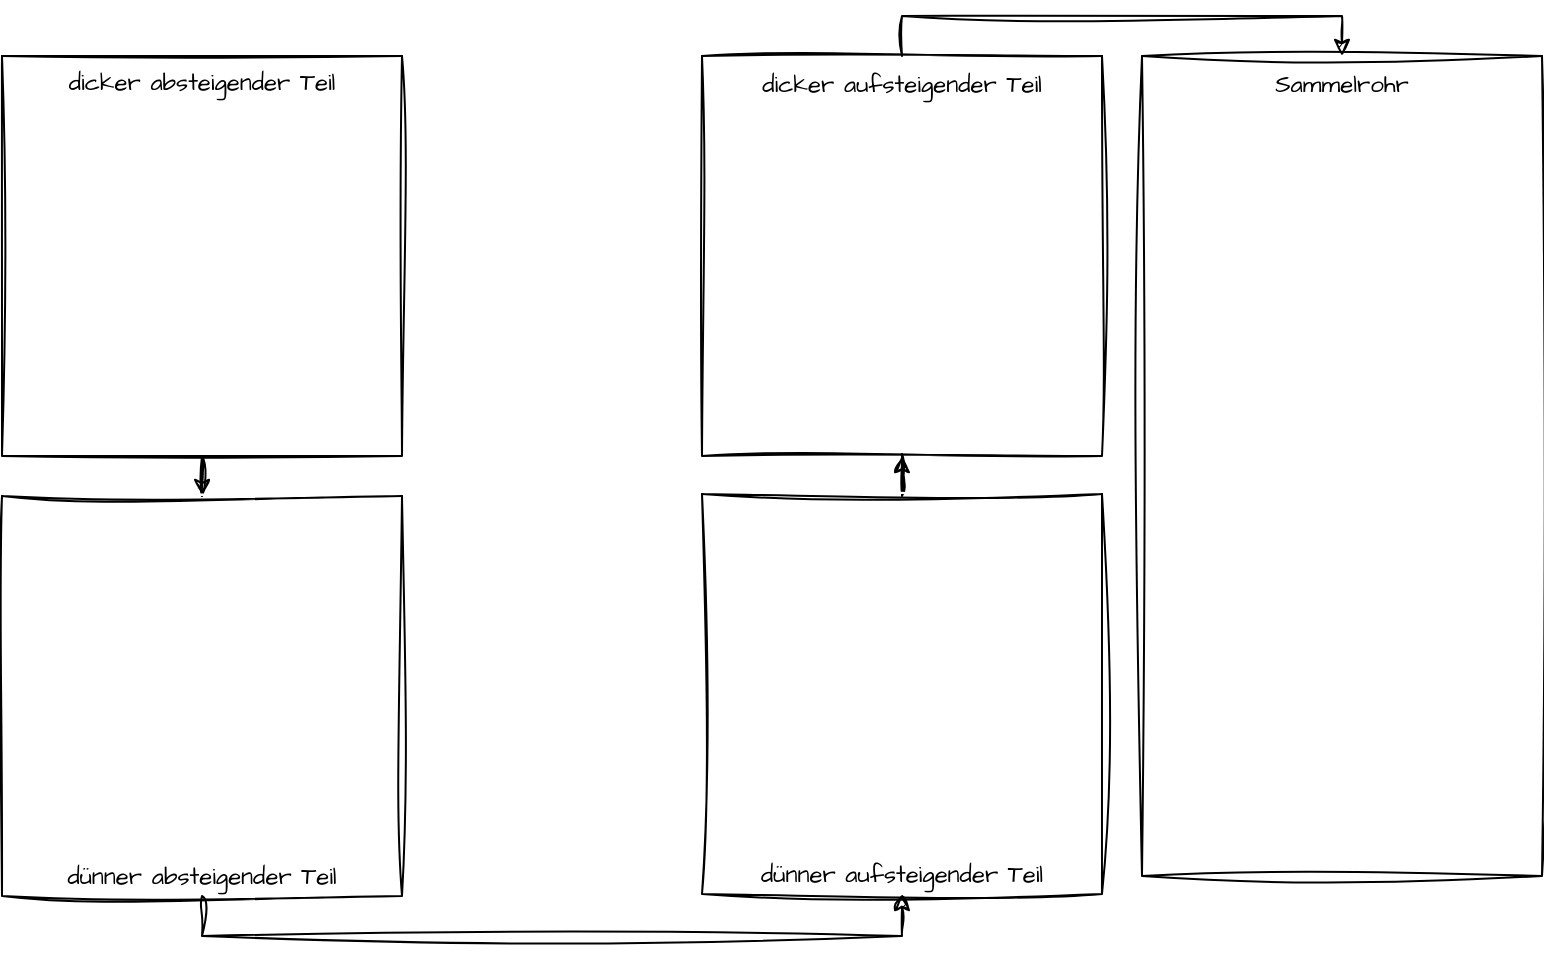
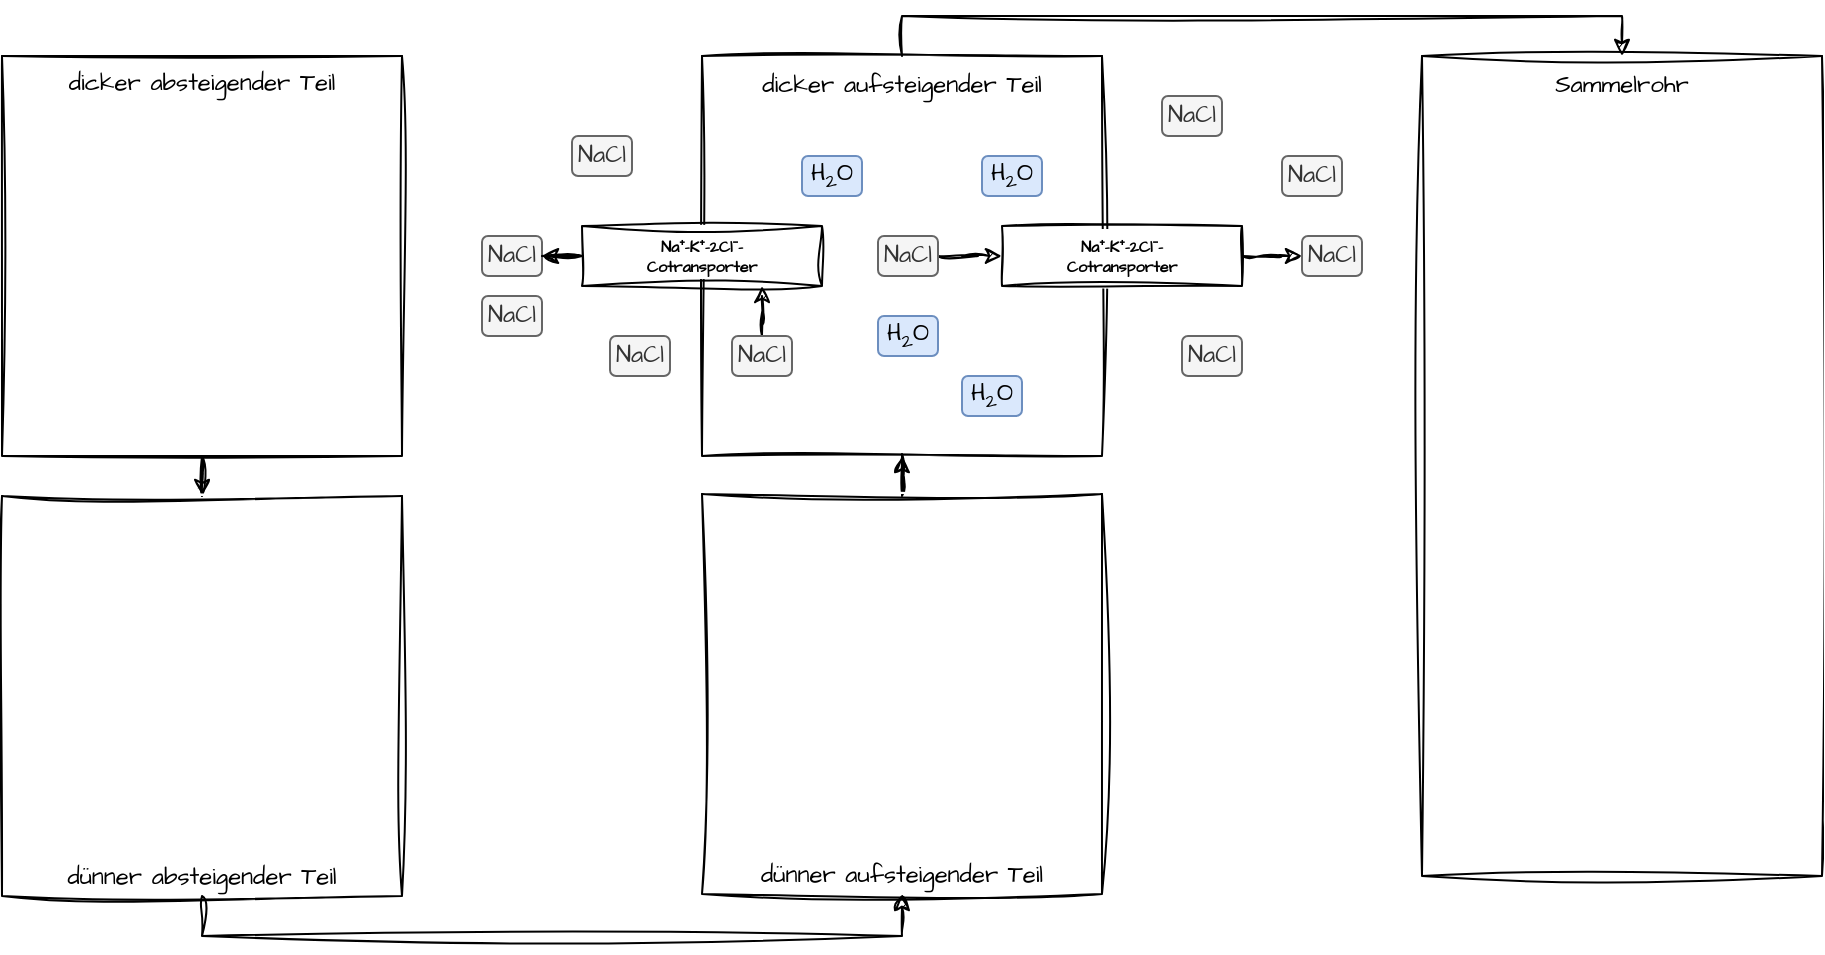
<mxfile host="app.diagrams.net">
  <diagram name="Seite-1" id="uxxyU3lvCbqGK9hLB9Hw">
-     <mxGraphModel dx="845" dy="524" grid="1" gridSize="10" guides="1" tooltips="1" connect="1" arrows="1" fold="1" page="1" pageScale="1" pageWidth="1169" pageHeight="1169" math="0" shadow="0">
+     <mxGraphModel dx="483" dy="300" grid="1" gridSize="10" guides="1" tooltips="1" connect="1" arrows="1" fold="1" page="1" pageScale="1" pageWidth="1169" pageHeight="1169" math="0" shadow="0">
      <root>
        <mxCell id="0" />
        <mxCell id="1" parent="0" />
        <mxCell id="NigM1D6KVE96F5Tko4Gs-19" edge="1" parent="1" source="NigM1D6KVE96F5Tko4Gs-6" style="edgeStyle=orthogonalEdgeStyle;rounded=0;sketch=1;hachureGap=4;jiggle=2;curveFitting=1;orthogonalLoop=1;jettySize=auto;html=1;fontFamily=Architects Daughter;fontSource=https%3A%2F%2Ffonts.googleapis.com%2Fcss%3Ffamily%3DArchitects%2BDaughter;" target="NigM1D6KVE96F5Tko4Gs-10">
          <mxGeometry relative="1" as="geometry" />
        </mxCell>
        <mxCell id="NigM1D6KVE96F5Tko4Gs-6" parent="1" style="swimlane;startSize=0;sketch=1;hachureGap=4;jiggle=2;curveFitting=1;fontFamily=Architects Daughter;fontSource=https%3A%2F%2Ffonts.googleapis.com%2Fcss%3Ffamily%3DArchitects%2BDaughter;" value="" vertex="1">
          <mxGeometry height="200" width="200" x="270" y="130" as="geometry" />
        </mxCell>
        <mxCell id="NigM1D6KVE96F5Tko4Gs-14" parent="NigM1D6KVE96F5Tko4Gs-6" style="text;html=1;whiteSpace=wrap;strokeColor=none;fillColor=none;align=center;verticalAlign=top;rounded=0;fontFamily=Architects Daughter;fontSource=https://fonts.googleapis.com/css?family=Architects+Daughter;" value="dicker absteigender Teil" vertex="1">
          <mxGeometry height="30" width="200" as="geometry" />
        </mxCell>
        <mxCell id="NigM1D6KVE96F5Tko4Gs-22" edge="1" parent="1" source="NigM1D6KVE96F5Tko4Gs-9" style="edgeStyle=orthogonalEdgeStyle;rounded=0;sketch=1;hachureGap=4;jiggle=2;curveFitting=1;orthogonalLoop=1;jettySize=auto;html=1;fontFamily=Architects Daughter;fontSource=https%3A%2F%2Ffonts.googleapis.com%2Fcss%3Ffamily%3DArchitects%2BDaughter;" target="NigM1D6KVE96F5Tko4Gs-12">
          <mxGeometry relative="1" as="geometry" />
        </mxCell>
        <mxCell id="NigM1D6KVE96F5Tko4Gs-9" parent="1" style="swimlane;startSize=0;sketch=1;hachureGap=4;jiggle=2;curveFitting=1;fontFamily=Architects Daughter;fontSource=https://fonts.googleapis.com/css?family=Architects+Daughter;labelBackgroundColor=default;" value="" vertex="1">
          <mxGeometry height="200" width="200" x="620" y="349" as="geometry" />
        </mxCell>
        <mxCell id="NigM1D6KVE96F5Tko4Gs-15" parent="NigM1D6KVE96F5Tko4Gs-9" style="text;html=1;whiteSpace=wrap;strokeColor=none;fillColor=none;align=center;verticalAlign=bottom;rounded=0;fontFamily=Architects Daughter;fontSource=https://fonts.googleapis.com/css?family=Architects+Daughter;" value="dünner aufsteigender Teil" vertex="1">
          <mxGeometry height="30" width="200" y="170" as="geometry" />
        </mxCell>
        <mxCell id="NigM1D6KVE96F5Tko4Gs-25" edge="1" parent="1" source="NigM1D6KVE96F5Tko4Gs-13" style="edgeStyle=orthogonalEdgeStyle;rounded=0;sketch=1;hachureGap=4;jiggle=2;curveFitting=1;orthogonalLoop=1;jettySize=auto;html=1;entryX=0.5;entryY=1;entryDx=0;entryDy=0;fontFamily=Architects Daughter;fontSource=https%3A%2F%2Ffonts.googleapis.com%2Fcss%3Ffamily%3DArchitects%2BDaughter;exitX=0.5;exitY=1;exitDx=0;exitDy=0;" target="NigM1D6KVE96F5Tko4Gs-15">
          <mxGeometry relative="1" as="geometry" />
        </mxCell>
        <mxCell id="NigM1D6KVE96F5Tko4Gs-10" parent="1" style="swimlane;startSize=0;sketch=1;hachureGap=4;jiggle=2;curveFitting=1;fontFamily=Architects Daughter;fontSource=https://fonts.googleapis.com/css?family=Architects+Daughter;labelBackgroundColor=default;" value="" vertex="1">
          <mxGeometry height="200" width="200" x="270" y="350" as="geometry" />
        </mxCell>
        <mxCell id="NigM1D6KVE96F5Tko4Gs-13" parent="NigM1D6KVE96F5Tko4Gs-10" style="text;html=1;whiteSpace=wrap;strokeColor=none;fillColor=none;align=center;verticalAlign=bottom;rounded=0;fontFamily=Architects Daughter;fontSource=https%3A%2F%2Ffonts.googleapis.com%2Fcss%3Ffamily%3DArchitects%2BDaughter;" value="dünner absteigender Teil" vertex="1">
          <mxGeometry height="30" width="200" y="170" as="geometry" />
        </mxCell>
        <mxCell id="NigM1D6KVE96F5Tko4Gs-12" parent="1" style="swimlane;startSize=0;sketch=1;hachureGap=4;jiggle=2;curveFitting=1;fontFamily=Architects Daughter;fontSource=https://fonts.googleapis.com/css?family=Architects+Daughter;labelBackgroundColor=default;" value="" vertex="1">
          <mxGeometry height="200" width="200" x="620" y="130" as="geometry" />
        </mxCell>
        <mxCell id="NigM1D6KVE96F5Tko4Gs-16" parent="NigM1D6KVE96F5Tko4Gs-12" style="text;html=1;whiteSpace=wrap;strokeColor=none;fillColor=none;align=center;verticalAlign=middle;rounded=0;fontFamily=Architects Daughter;fontSource=https://fonts.googleapis.com/css?family=Architects+Daughter;" value="dicker aufsteigender Teil" vertex="1">
          <mxGeometry height="30" width="200" as="geometry" />
        </mxCell>
+         <mxCell id="NigM1D6KVE96F5Tko4Gs-28" parent="NigM1D6KVE96F5Tko4Gs-12" style="rounded=1;whiteSpace=wrap;html=1;hachureGap=4;fontFamily=Architects Daughter;fontSource=https%3A%2F%2Ffonts.googleapis.com%2Fcss%3Ffamily%3DArchitects%2BDaughter;fillColor=#dae8fc;strokeColor=#6c8ebf;" value="H&lt;sub&gt;2&lt;/sub&gt;O" vertex="1">
+           <mxGeometry height="20" width="30" x="50" y="50" as="geometry" />
+         </mxCell>
+         <mxCell id="NigM1D6KVE96F5Tko4Gs-46" edge="1" parent="NigM1D6KVE96F5Tko4Gs-12" source="NigM1D6KVE96F5Tko4Gs-29" style="edgeStyle=orthogonalEdgeStyle;rounded=0;sketch=1;hachureGap=4;jiggle=2;curveFitting=1;orthogonalLoop=1;jettySize=auto;html=1;fontFamily=Architects Daughter;fontSource=https%3A%2F%2Ffonts.googleapis.com%2Fcss%3Ffamily%3DArchitects%2BDaughter;" target="NigM1D6KVE96F5Tko4Gs-44">
+           <mxGeometry relative="1" as="geometry" />
+         </mxCell>
+         <mxCell id="NigM1D6KVE96F5Tko4Gs-29" parent="NigM1D6KVE96F5Tko4Gs-12" style="rounded=1;whiteSpace=wrap;html=1;hachureGap=4;fontFamily=Architects Daughter;fontSource=https://fonts.googleapis.com/css?family=Architects+Daughter;fillColor=#f5f5f5;strokeColor=#666666;fontColor=#333333;" value="NaCl" vertex="1">
+           <mxGeometry height="20" width="30" x="88" y="90" as="geometry" />
+         </mxCell>
+         <mxCell id="NigM1D6KVE96F5Tko4Gs-35" edge="1" parent="NigM1D6KVE96F5Tko4Gs-12" source="NigM1D6KVE96F5Tko4Gs-31" style="edgeStyle=orthogonalEdgeStyle;rounded=0;sketch=1;hachureGap=4;jiggle=2;curveFitting=1;orthogonalLoop=1;jettySize=auto;html=1;entryX=0.75;entryY=1;entryDx=0;entryDy=0;fontFamily=Architects Daughter;fontSource=https%3A%2F%2Ffonts.googleapis.com%2Fcss%3Ffamily%3DArchitects%2BDaughter;" target="NigM1D6KVE96F5Tko4Gs-32">
+           <mxGeometry relative="1" as="geometry" />
+         </mxCell>
+         <mxCell id="NigM1D6KVE96F5Tko4Gs-31" parent="NigM1D6KVE96F5Tko4Gs-12" style="rounded=1;whiteSpace=wrap;html=1;hachureGap=4;fontFamily=Architects Daughter;fontSource=https://fonts.googleapis.com/css?family=Architects+Daughter;fillColor=#f5f5f5;strokeColor=#666666;fontColor=#333333;" value="NaCl" vertex="1">
+           <mxGeometry height="20" width="30" x="15" y="140" as="geometry" />
+         </mxCell>
+         <mxCell id="NigM1D6KVE96F5Tko4Gs-30" parent="NigM1D6KVE96F5Tko4Gs-12" style="rounded=1;whiteSpace=wrap;html=1;hachureGap=4;fontFamily=Architects Daughter;fontSource=https://fonts.googleapis.com/css?family=Architects+Daughter;fillColor=#dae8fc;strokeColor=#6c8ebf;" value="H&lt;sub&gt;2&lt;/sub&gt;O" vertex="1">
+           <mxGeometry height="20" width="30" x="130" y="160" as="geometry" />
+         </mxCell>
+         <mxCell id="NigM1D6KVE96F5Tko4Gs-32" parent="NigM1D6KVE96F5Tko4Gs-12" style="whiteSpace=wrap;html=1;sketch=1;hachureGap=4;jiggle=2;curveFitting=1;fontFamily=Architects Daughter;fontSource=https%3A%2F%2Ffonts.googleapis.com%2Fcss%3Ffamily%3DArchitects%2BDaughter;fontSize=8;fontStyle=1" value="Na⁺-K⁺-2Cl⁻-&lt;br&gt;Cotransporter" vertex="1">
+           <mxGeometry height="30" width="120" x="-60" y="85" as="geometry" />
+         </mxCell>
+         <mxCell id="NigM1D6KVE96F5Tko4Gs-37" parent="NigM1D6KVE96F5Tko4Gs-12" style="rounded=1;whiteSpace=wrap;html=1;hachureGap=4;fontFamily=Architects Daughter;fontSource=https://fonts.googleapis.com/css?family=Architects+Daughter;fillColor=#dae8fc;strokeColor=#6c8ebf;" value="H&lt;sub&gt;2&lt;/sub&gt;O" vertex="1">
+           <mxGeometry height="20" width="30" x="88" y="130" as="geometry" />
+         </mxCell>
+         <mxCell id="NigM1D6KVE96F5Tko4Gs-36" parent="NigM1D6KVE96F5Tko4Gs-12" style="rounded=1;whiteSpace=wrap;html=1;hachureGap=4;fontFamily=Architects Daughter;fontSource=https://fonts.googleapis.com/css?family=Architects+Daughter;fillColor=#dae8fc;strokeColor=#6c8ebf;" value="H&lt;sub&gt;2&lt;/sub&gt;O" vertex="1">
+           <mxGeometry height="20" width="30" x="140" y="50" as="geometry" />
+         </mxCell>
+         <mxCell id="NigM1D6KVE96F5Tko4Gs-44" parent="NigM1D6KVE96F5Tko4Gs-12" style="whiteSpace=wrap;html=1;sketch=1;hachureGap=4;jiggle=2;curveFitting=1;fontFamily=Architects Daughter;fontSource=https://fonts.googleapis.com/css?family=Architects+Daughter;fontSize=8;fontStyle=1" value="Na⁺-K⁺-2Cl⁻-&lt;br&gt;Cotransporter" vertex="1">
+           <mxGeometry height="30" width="120" x="150" y="85" as="geometry" />
+         </mxCell>
        <mxCell id="NigM1D6KVE96F5Tko4Gs-17" parent="1" style="swimlane;startSize=0;sketch=1;hachureGap=4;jiggle=2;curveFitting=1;fontFamily=Architects Daughter;fontSource=https://fonts.googleapis.com/css?family=Architects+Daughter;labelBackgroundColor=default;" value="" vertex="1">
-           <mxGeometry height="410" width="200" x="840" y="130" as="geometry" />
+           <mxGeometry height="410" width="200" x="980" y="130" as="geometry" />
        </mxCell>
        <mxCell id="NigM1D6KVE96F5Tko4Gs-18" parent="NigM1D6KVE96F5Tko4Gs-17" style="text;html=1;whiteSpace=wrap;strokeColor=none;fillColor=none;align=center;verticalAlign=middle;rounded=0;fontFamily=Architects Daughter;fontSource=https://fonts.googleapis.com/css?family=Architects+Daughter;" value="Sammelrohr" vertex="1">
          <mxGeometry height="30" width="200" as="geometry" />
        </mxCell>
        <mxCell id="NigM1D6KVE96F5Tko4Gs-24" edge="1" parent="1" source="NigM1D6KVE96F5Tko4Gs-16" style="edgeStyle=orthogonalEdgeStyle;rounded=0;sketch=1;hachureGap=4;jiggle=2;curveFitting=1;orthogonalLoop=1;jettySize=auto;html=1;entryX=0.5;entryY=0;entryDx=0;entryDy=0;fontFamily=Architects Daughter;fontSource=https%3A%2F%2Ffonts.googleapis.com%2Fcss%3Ffamily%3DArchitects%2BDaughter;exitX=0.5;exitY=0;exitDx=0;exitDy=0;" target="NigM1D6KVE96F5Tko4Gs-17">
          <mxGeometry relative="1" as="geometry" />
        </mxCell>
+         <mxCell id="NigM1D6KVE96F5Tko4Gs-38" parent="1" style="rounded=1;whiteSpace=wrap;html=1;hachureGap=4;fontFamily=Architects Daughter;fontSource=https://fonts.googleapis.com/css?family=Architects+Daughter;fillColor=#f5f5f5;strokeColor=#666666;fontColor=#333333;" value="NaCl" vertex="1">
+           <mxGeometry height="20" width="30" x="555" y="170" as="geometry" />
+         </mxCell>
+         <mxCell id="NigM1D6KVE96F5Tko4Gs-39" parent="1" style="rounded=1;whiteSpace=wrap;html=1;hachureGap=4;fontFamily=Architects Daughter;fontSource=https://fonts.googleapis.com/css?family=Architects+Daughter;fillColor=#f5f5f5;strokeColor=#666666;fontColor=#333333;" value="NaCl" vertex="1">
+           <mxGeometry height="20" width="30" x="510" y="220" as="geometry" />
+         </mxCell>
+         <mxCell id="NigM1D6KVE96F5Tko4Gs-40" parent="1" style="rounded=1;whiteSpace=wrap;html=1;hachureGap=4;fontFamily=Architects Daughter;fontSource=https://fonts.googleapis.com/css?family=Architects+Daughter;fillColor=#f5f5f5;strokeColor=#666666;fontColor=#333333;" value="NaCl" vertex="1">
+           <mxGeometry height="20" width="30" x="574" y="270" as="geometry" />
+         </mxCell>
+         <mxCell id="NigM1D6KVE96F5Tko4Gs-41" parent="1" style="rounded=1;whiteSpace=wrap;html=1;hachureGap=4;fontFamily=Architects Daughter;fontSource=https://fonts.googleapis.com/css?family=Architects+Daughter;fillColor=#f5f5f5;strokeColor=#666666;fontColor=#333333;" value="NaCl" vertex="1">
+           <mxGeometry height="20" width="30" x="510" y="250" as="geometry" />
+         </mxCell>
+         <mxCell id="NigM1D6KVE96F5Tko4Gs-42" edge="1" parent="1" source="NigM1D6KVE96F5Tko4Gs-32" style="edgeStyle=orthogonalEdgeStyle;rounded=0;sketch=1;hachureGap=4;jiggle=2;curveFitting=1;orthogonalLoop=1;jettySize=auto;html=1;entryX=1;entryY=0.5;entryDx=0;entryDy=0;fontFamily=Architects Daughter;fontSource=https%3A%2F%2Ffonts.googleapis.com%2Fcss%3Ffamily%3DArchitects%2BDaughter;" target="NigM1D6KVE96F5Tko4Gs-39">
+           <mxGeometry relative="1" as="geometry" />
+         </mxCell>
+         <mxCell id="NigM1D6KVE96F5Tko4Gs-47" parent="1" style="rounded=1;whiteSpace=wrap;html=1;hachureGap=4;fontFamily=Architects Daughter;fontSource=https://fonts.googleapis.com/css?family=Architects+Daughter;fillColor=#f5f5f5;strokeColor=#666666;fontColor=#333333;" value="NaCl" vertex="1">
+           <mxGeometry height="20" width="30" x="920" y="220" as="geometry" />
+         </mxCell>
+         <mxCell id="NigM1D6KVE96F5Tko4Gs-48" parent="1" style="rounded=1;whiteSpace=wrap;html=1;hachureGap=4;fontFamily=Architects Daughter;fontSource=https://fonts.googleapis.com/css?family=Architects+Daughter;fillColor=#f5f5f5;strokeColor=#666666;fontColor=#333333;" value="NaCl" vertex="1">
+           <mxGeometry height="20" width="30" x="910" y="180" as="geometry" />
+         </mxCell>
+         <mxCell id="NigM1D6KVE96F5Tko4Gs-49" parent="1" style="rounded=1;whiteSpace=wrap;html=1;hachureGap=4;fontFamily=Architects Daughter;fontSource=https://fonts.googleapis.com/css?family=Architects+Daughter;fillColor=#f5f5f5;strokeColor=#666666;fontColor=#333333;" value="NaCl" vertex="1">
+           <mxGeometry height="20" width="30" x="860" y="270" as="geometry" />
+         </mxCell>
+         <mxCell id="NigM1D6KVE96F5Tko4Gs-50" parent="1" style="rounded=1;whiteSpace=wrap;html=1;hachureGap=4;fontFamily=Architects Daughter;fontSource=https://fonts.googleapis.com/css?family=Architects+Daughter;fillColor=#f5f5f5;strokeColor=#666666;fontColor=#333333;" value="NaCl" vertex="1">
+           <mxGeometry height="20" width="30" x="850" y="150" as="geometry" />
+         </mxCell>
+         <mxCell id="NigM1D6KVE96F5Tko4Gs-51" edge="1" parent="1" source="NigM1D6KVE96F5Tko4Gs-44" style="edgeStyle=orthogonalEdgeStyle;rounded=0;sketch=1;hachureGap=4;jiggle=2;curveFitting=1;orthogonalLoop=1;jettySize=auto;html=1;entryX=0;entryY=0.5;entryDx=0;entryDy=0;fontFamily=Architects Daughter;fontSource=https%3A%2F%2Ffonts.googleapis.com%2Fcss%3Ffamily%3DArchitects%2BDaughter;" target="NigM1D6KVE96F5Tko4Gs-47">
+           <mxGeometry relative="1" as="geometry" />
+         </mxCell>
      </root>
    </mxGraphModel>
  </diagram>
</mxfile>
